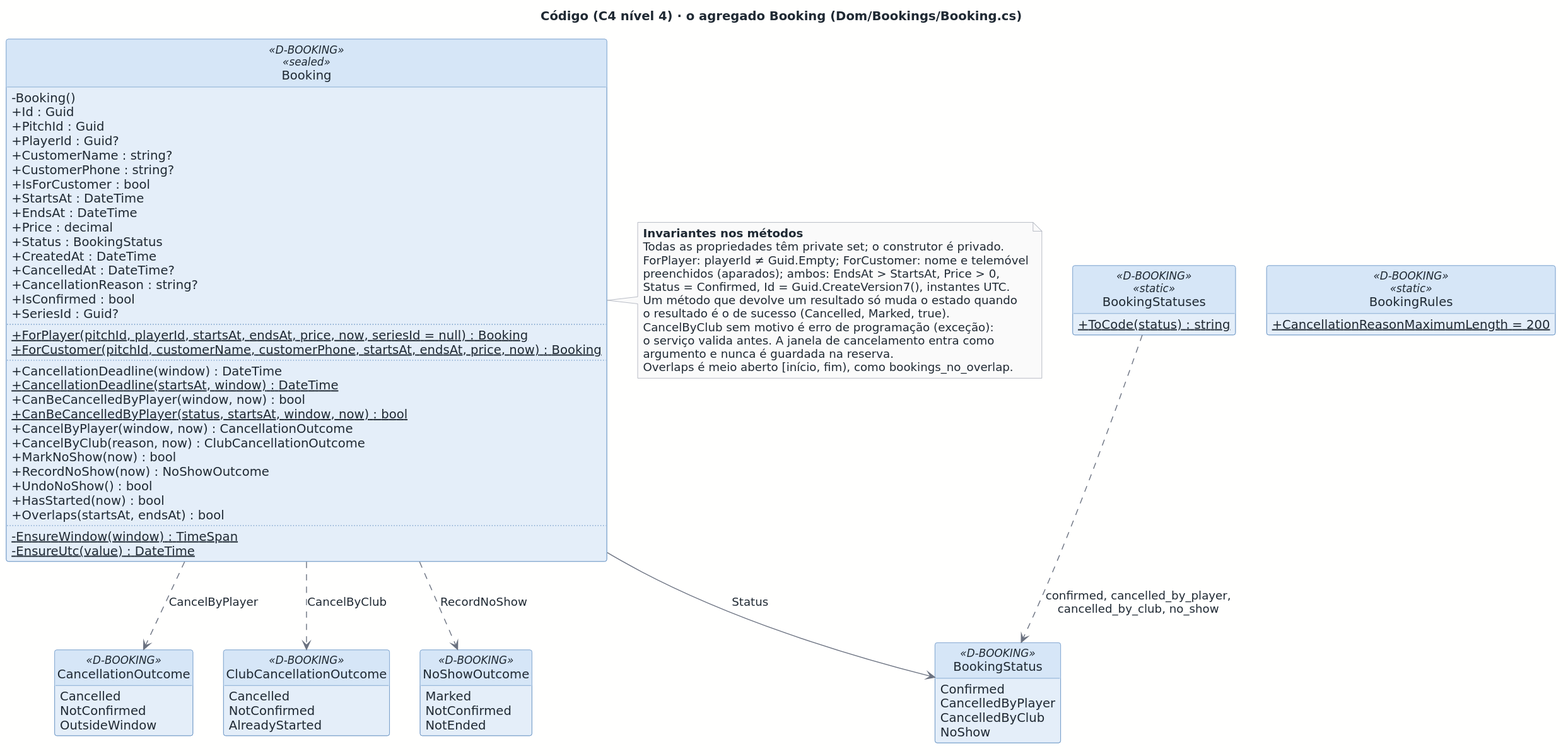
Before: docs/architecture/out/logical-code-booking.svg, a diagram exported from PlantUML (rodrigo4sousa/SportsEstablishments).
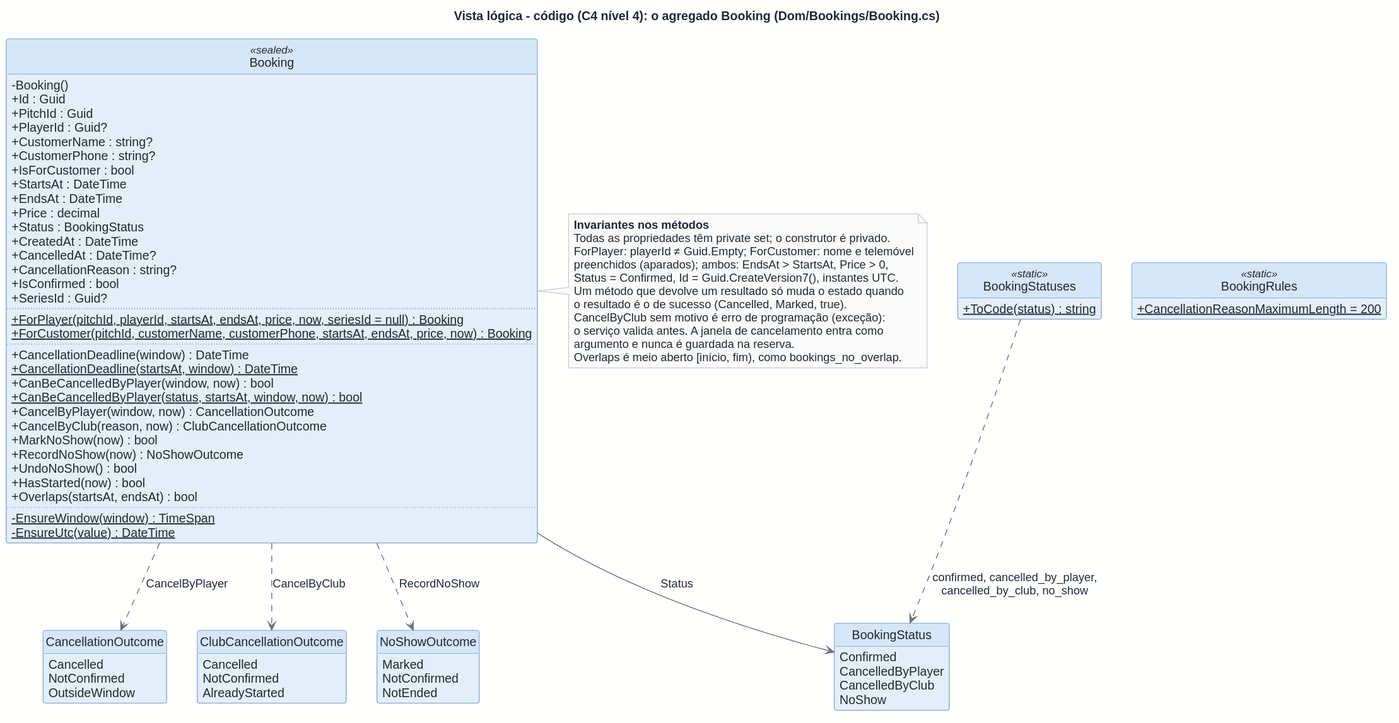
The same diagram one commit later.

The edit, as a diff of the source:
```diff
@@ -1,10 +1,10 @@
 @startuml
 !include ../style.puml
-title Código (C4 nível 4) · o agregado Booking (Dom/Bookings/Booking.cs)
+title Vista lógica - código (C4 nível 4): o agregado Booking (Dom/Bookings/Booking.cs)
 
 hide empty members
 
-class Booking <<D-BOOKING>> <<sealed>> {
+class "Booking" as D_BOOKING <<sealed>> {
   - Booking()
   + Id : Guid
   + PitchId : Guid
@@ -41,46 +41,46 @@
   - {static} EnsureUtc(value) : DateTime
 }
 
-enum BookingStatus <<D-BOOKING>> {
+enum "BookingStatus" as D_BOOKING_BookingStatus {
   Confirmed
   CancelledByPlayer
   CancelledByClub
   NoShow
 }
 
-enum CancellationOutcome <<D-BOOKING>> {
+enum "CancellationOutcome" as D_BOOKING_CancellationOutcome {
   Cancelled
   NotConfirmed
   OutsideWindow
 }
 
-enum ClubCancellationOutcome <<D-BOOKING>> {
+enum "ClubCancellationOutcome" as D_BOOKING_ClubCancellationOutcome {
   Cancelled
   NotConfirmed
   AlreadyStarted
 }
 
-enum NoShowOutcome <<D-BOOKING>> {
+enum "NoShowOutcome" as D_BOOKING_NoShowOutcome {
   Marked
   NotConfirmed
   NotEnded
 }
 
-class BookingStatuses <<D-BOOKING>> <<static>> {
+class "BookingStatuses" as D_BOOKING_BookingStatuses <<static>> {
   + {static} ToCode(status) : string
 }
 
-class BookingRules <<D-BOOKING>> <<static>> {
+class "BookingRules" as D_BOOKING_BookingRules <<static>> {
   + {static} CancellationReasonMaximumLength = 200
 }
 
-Booking --> BookingStatus : Status
-Booking ..> CancellationOutcome : CancelByPlayer
-Booking ..> ClubCancellationOutcome : CancelByClub
-Booking ..> NoShowOutcome : RecordNoShow
-BookingStatuses ..> BookingStatus : confirmed, cancelled_by_player,\ncancelled_by_club, no_show
+D_BOOKING --> D_BOOKING_BookingStatus : Status
+D_BOOKING ..> D_BOOKING_CancellationOutcome : CancelByPlayer
+D_BOOKING ..> D_BOOKING_ClubCancellationOutcome : CancelByClub
+D_BOOKING ..> D_BOOKING_NoShowOutcome : RecordNoShow
+D_BOOKING_BookingStatuses ..> D_BOOKING_BookingStatus : confirmed, cancelled_by_player,\ncancelled_by_club, no_show
 
-note right of Booking
+note right of D_BOOKING
   **Invariantes nos métodos**
   Todas as propriedades têm private set; o construtor é privado.
   ForPlayer: playerId ≠ Guid.Empty; ForCustomer: nome e telemóvel
```
